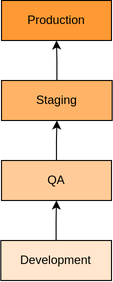
Before: public/static/images/blogs/web/crownstack-git-workflow/application-environments.png, a diagram exported from draw.io (cs-quicklabs/crownstack-blog). Source tidied: cells renumbered, new cells last; positions are measured from the earlier drawing's top-left corner, leaving out a move shared by most shapes. Source of this version:
```xml
<mxGraphModel>
  <root>
    <mxCell id="0" />
    <mxCell id="1" parent="0" />
    <mxCell id="2" value="Production" style="text;html=1;strokeColor=#000000;fillColor=#FF9933;align=center;verticalAlign=middle;whiteSpace=wrap;rounded=0;" parent="1" vertex="1">
      <mxGeometry x="1" width="110" height="40" as="geometry" />
    </mxCell>
    <mxCell id="3" style="edgeStyle=orthogonalEdgeStyle;rounded=0;jettySize=auto;html=1;" parent="1" edge="1" source="4" target="2">
      <mxGeometry relative="1" as="geometry" />
    </mxCell>
    <mxCell id="4" value="Staging" style="text;html=1;strokeColor=#000000;fillColor=#FFB366;align=center;verticalAlign=middle;whiteSpace=wrap;rounded=0;" parent="1" vertex="1">
      <mxGeometry x="1" y="80" width="110.7" height="40" as="geometry" />
    </mxCell>
    <mxCell id="5" style="edgeStyle=orthogonalEdgeStyle;rounded=0;jettySize=auto;html=1;" parent="1" edge="1" source="6" target="4">
      <mxGeometry relative="1" as="geometry" />
    </mxCell>
    <mxCell id="6" value="QA" style="text;html=1;strokeColor=#000000;fillColor=#FFCC99;align=center;verticalAlign=middle;whiteSpace=wrap;rounded=0;fontSize=12;" parent="1" vertex="1">
      <mxGeometry x="1" y="160" width="110" height="40" as="geometry" />
    </mxCell>
    <mxCell id="7" style="edgeStyle=orthogonalEdgeStyle;rounded=0;jettySize=auto;html=1;" parent="1" edge="1" source="8" target="6">
      <mxGeometry relative="1" as="geometry" />
    </mxCell>
    <mxCell id="8" value="Development" style="text;html=1;strokeColor=#000000;fillColor=#FFE6CC;align=center;verticalAlign=middle;whiteSpace=wrap;rounded=0;fontSize=12;" parent="1" vertex="1">
      <mxGeometry x="0.3" y="240" width="110.7" height="40" as="geometry" />
    </mxCell>
  </root>
</mxGraphModel>
```
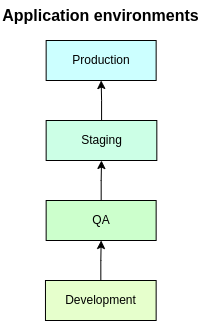
After the commit.

Commit message:
Changed one image's size

Diff of the diagram source:
```diff
@@ -2,26 +2,29 @@
   <root>
     <mxCell id="0" />
     <mxCell id="1" parent="0" />
-    <mxCell id="2" value="Production" style="text;html=1;strokeColor=#000000;fillColor=#FF9933;align=center;verticalAlign=middle;whiteSpace=wrap;rounded=0;" parent="1" vertex="1">
+    <mxCell id="2" value="Production" style="text;html=1;strokeColor=#000000;fillColor=#CCFFFF;align=center;verticalAlign=middle;whiteSpace=wrap;rounded=0;" parent="1" vertex="1">
       <mxGeometry x="1" width="110" height="40" as="geometry" />
     </mxCell>
-    <mxCell id="3" style="edgeStyle=orthogonalEdgeStyle;rounded=0;jettySize=auto;html=1;" parent="1" edge="1" source="4" target="2">
+    <mxCell id="3" style="edgeStyle=orthogonalEdgeStyle;rounded=0;jettySize=auto;html=1;entryX=0.5;entryY=1;entryDx=0;entryDy=0;" parent="1" edge="1" source="4" target="2">
       <mxGeometry relative="1" as="geometry" />
     </mxCell>
-    <mxCell id="4" value="Staging" style="text;html=1;strokeColor=#000000;fillColor=#FFB366;align=center;verticalAlign=middle;whiteSpace=wrap;rounded=0;" parent="1" vertex="1">
+    <mxCell id="4" value="Staging" style="text;html=1;strokeColor=#000000;fillColor=#CCFFE6;align=center;verticalAlign=middle;whiteSpace=wrap;rounded=0;" parent="1" vertex="1">
       <mxGeometry x="1" y="80" width="110.7" height="40" as="geometry" />
     </mxCell>
-    <mxCell id="5" style="edgeStyle=orthogonalEdgeStyle;rounded=0;jettySize=auto;html=1;" parent="1" edge="1" source="6" target="4">
+    <mxCell id="5" style="edgeStyle=orthogonalEdgeStyle;rounded=0;jettySize=auto;html=1;entryX=0.5;entryY=1;entryDx=0;entryDy=0;" parent="1" edge="1" source="6" target="4">
       <mxGeometry relative="1" as="geometry" />
     </mxCell>
-    <mxCell id="6" value="QA" style="text;html=1;strokeColor=#000000;fillColor=#FFCC99;align=center;verticalAlign=middle;whiteSpace=wrap;rounded=0;fontSize=12;" parent="1" vertex="1">
+    <mxCell id="6" value="QA" style="text;html=1;strokeColor=#000000;fillColor=#CCFFCC;align=center;verticalAlign=middle;whiteSpace=wrap;rounded=0;fontSize=12;" parent="1" vertex="1">
       <mxGeometry x="1" y="160" width="110" height="40" as="geometry" />
     </mxCell>
-    <mxCell id="7" style="edgeStyle=orthogonalEdgeStyle;rounded=0;jettySize=auto;html=1;" parent="1" edge="1" source="8" target="6">
+    <mxCell id="7" style="edgeStyle=orthogonalEdgeStyle;rounded=0;jettySize=auto;html=1;entryX=0.5;entryY=1;entryDx=0;entryDy=0;" parent="1" edge="1" source="8" target="6">
       <mxGeometry relative="1" as="geometry" />
     </mxCell>
-    <mxCell id="8" value="Development" style="text;html=1;strokeColor=#000000;fillColor=#FFE6CC;align=center;verticalAlign=middle;whiteSpace=wrap;rounded=0;fontSize=12;" parent="1" vertex="1">
+    <mxCell id="8" value="Development" style="text;html=1;strokeColor=#000000;fillColor=#E6FFCC;align=center;verticalAlign=middle;whiteSpace=wrap;rounded=0;fontSize=12;" parent="1" vertex="1">
       <mxGeometry x="0.3" y="240" width="110.7" height="40" as="geometry" />
     </mxCell>
+    <mxCell id="9" value="&lt;font style=&quot;font-size: 16px;&quot;&gt;Application environments&lt;/font&gt;" style="text;html=1;strokeColor=none;fillColor=none;align=center;verticalAlign=middle;whiteSpace=wrap;rounded=0;fontStyle=1;" parent="1" vertex="1">
+      <mxGeometry x="-45" y="-40" width="201.3" height="30" as="geometry" />
+    </mxCell>
   </root>
 </mxGraphModel>
```
